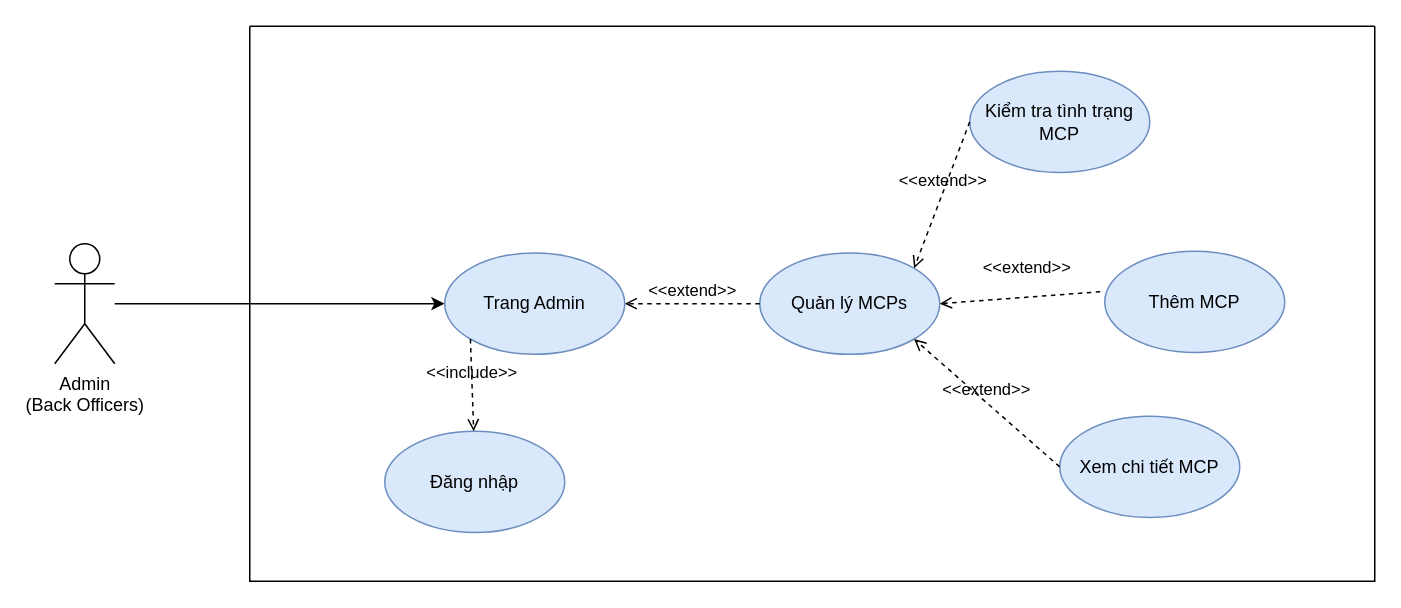
Above: Task 1/1.3/Manage-Vehicles-and-MCPs.drawio in astr0tas/SE-with-Da-Bois---UWC-2.0 (draw.io), before the change. Source tidied: cells renumbered, new cells numbered last; positions are measured from the earlier drawing's top-left corner, leaving out a move shared by most shapes. Both pictures are drawn from the tidied source at 150%, with x=0, y=0 at pixel (54, 26).
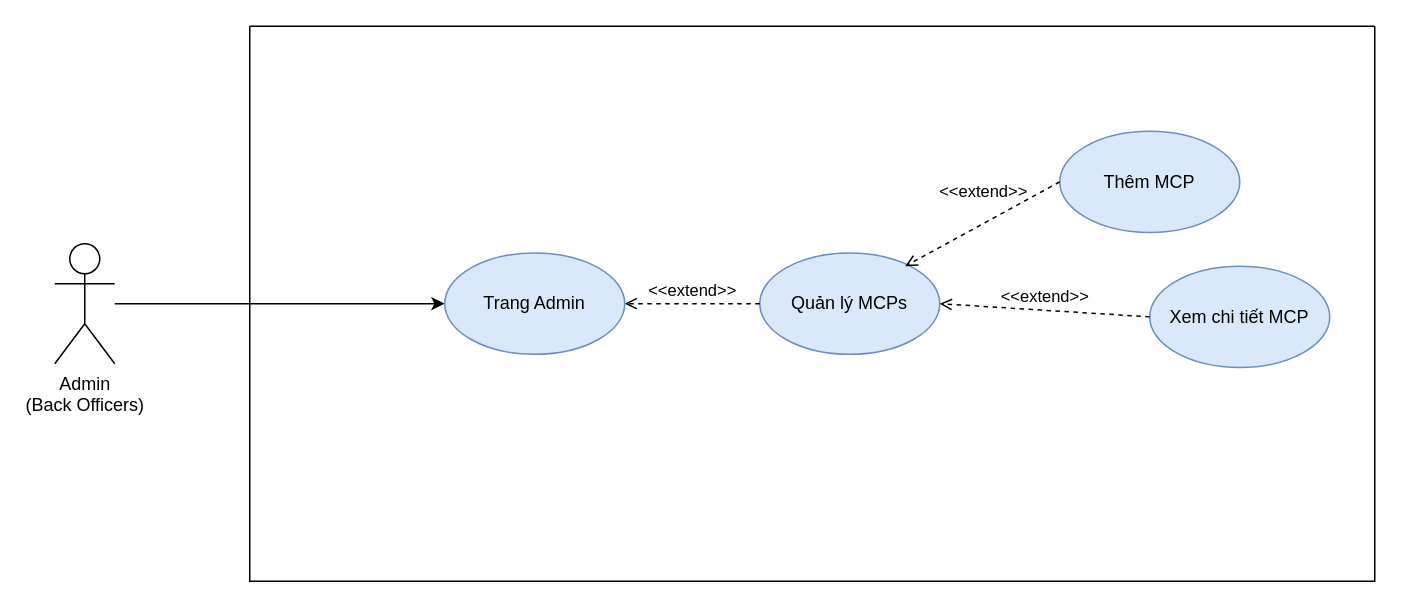
After the change.

What changed in the source:
```diff
@@
 <mxGraphModel>
   <root>
     <mxCell id="0" />
     <mxCell id="1" parent="0" />
     <mxCell id="2" style="edgeStyle=orthogonalEdgeStyle;rounded=0;jettySize=auto;html=1;entryX=0;entryY=0.5;entryDx=0;entryDy=0;" parent="1" edge="1" source="3" target="10">
       <mxGeometry relative="1" as="geometry" />
     </mxCell>
     <mxCell id="3" value="Admin&lt;br&gt;(Back Officers)" style="shape=umlActor;verticalLabelPosition=bottom;verticalAlign=top;html=1;" parent="1" vertex="1">
       <mxGeometry y="145" width="40" height="80" as="geometry" />
     </mxCell>
     <mxCell id="4" style="swimlane;startSize=0;" parent="1" vertex="1">
       <mxGeometry x="130" width="750" height="370" as="geometry" />
     </mxCell>
-    <mxCell id="5" value="Đăng nhập" style="ellipse;whiteSpace=wrap;html=1;fillColor=#dae8fc;strokeColor=#6c8ebf;" parent="4" vertex="1">
-      <mxGeometry x="90" y="270" width="120" height="67.5" as="geometry" />
-    </mxCell>
     <mxCell id="6" value="Quản lý MCPs" style="ellipse;whiteSpace=wrap;html=1;fillColor=#dae8fc;strokeColor=#6c8ebf;" parent="4" vertex="1">
       <mxGeometry x="340" y="151.2" width="120" height="67.5" as="geometry" />
     </mxCell>
-    <mxCell id="7" value="Kiểm tra tình trạng MCP" style="ellipse;whiteSpace=wrap;html=1;fillColor=#dae8fc;strokeColor=#6c8ebf;" parent="4" vertex="1">
-      <mxGeometry x="480" y="30" width="120" height="67.5" as="geometry" />
-    </mxCell>
     <mxCell id="8" value="&amp;lt;&amp;lt;extend&amp;gt;&amp;gt;" style="html=1;verticalAlign=bottom;labelBackgroundColor=none;endArrow=open;endFill=0;dashed=1;exitX=0;exitY=0.5;exitDx=0;exitDy=0;entryX=1;entryY=0.5;entryDx=0;entryDy=0;" parent="4" edge="1" source="6" target="10">
       <mxGeometry relative="1" as="geometry" />
     </mxCell>
-    <mxCell id="9" value="&amp;lt;&amp;lt;extend&amp;gt;&amp;gt;" style="html=1;verticalAlign=bottom;labelBackgroundColor=none;endArrow=open;endFill=0;dashed=1;exitX=0;exitY=0.5;exitDx=0;exitDy=0;entryX=1;entryY=0;entryDx=0;entryDy=0;" parent="4" edge="1" source="7" target="6">
-      <mxGeometry relative="1" as="geometry" />
-    </mxCell>
     <mxCell id="10" value="Trang Admin" style="ellipse;whiteSpace=wrap;html=1;fillColor=#dae8fc;strokeColor=#6c8ebf;" parent="4" vertex="1">
       <mxGeometry x="130" y="151.2" width="120" height="67.5" as="geometry" />
     </mxCell>
-    <mxCell id="11" value="&amp;lt;&amp;lt;include&amp;gt;&amp;gt;" style="html=1;verticalAlign=bottom;labelBackgroundColor=none;endArrow=open;endFill=0;dashed=1;exitX=0;exitY=1;exitDx=0;exitDy=0;" parent="4" edge="1" source="10" target="5">
-      <mxGeometry relative="1" as="geometry" />
-    </mxCell>
     <mxCell id="12" value="Thêm MCP" style="ellipse;whiteSpace=wrap;html=1;fillColor=#dae8fc;strokeColor=#6c8ebf;" parent="4" vertex="1">
-      <mxGeometry x="570" y="150" width="120" height="67.5" as="geometry" />
+      <mxGeometry x="540" y="70" width="120" height="67.5" as="geometry" />
     </mxCell>
-    <mxCell id="13" value="&amp;lt;&amp;lt;extend&amp;gt;&amp;gt;" style="html=1;verticalAlign=bottom;labelBackgroundColor=none;endArrow=open;endFill=0;dashed=1;exitX=-0.025;exitY=0.4;exitDx=0;exitDy=0;entryX=1;entryY=0.5;entryDx=0;entryDy=0;exitPerimeter=0;" parent="4" edge="1" source="12" target="6">
+    <mxCell id="13" value="&amp;lt;&amp;lt;extend&amp;gt;&amp;gt;" style="html=1;verticalAlign=bottom;labelBackgroundColor=none;endArrow=open;endFill=0;dashed=1;exitX=0;exitY=0.5;exitDx=0;exitDy=0;entryX=0.808;entryY=0.13;entryDx=0;entryDy=0;entryPerimeter=0;" parent="4" edge="1" source="12" target="6">
       <mxGeometry x="-0.11" y="-11" relative="1" as="geometry" />
     </mxCell>
     <mxCell id="14" value="Xem chi tiết MCP" style="ellipse;whiteSpace=wrap;html=1;fillColor=#dae8fc;strokeColor=#6c8ebf;" parent="4" vertex="1">
-      <mxGeometry x="540" y="260" width="120" height="67.5" as="geometry" />
+      <mxGeometry x="600" y="160" width="120" height="67.5" as="geometry" />
     </mxCell>
-    <mxCell id="15" value="&amp;lt;&amp;lt;extend&amp;gt;&amp;gt;" style="html=1;verticalAlign=bottom;labelBackgroundColor=none;endArrow=open;endFill=0;dashed=1;exitX=0;exitY=0.5;exitDx=0;exitDy=0;entryX=1;entryY=1;entryDx=0;entryDy=0;" parent="4" edge="1" source="14" target="6">
+    <mxCell id="15" value="&amp;lt;&amp;lt;extend&amp;gt;&amp;gt;" style="html=1;verticalAlign=bottom;labelBackgroundColor=none;endArrow=open;endFill=0;dashed=1;exitX=0;exitY=0.5;exitDx=0;exitDy=0;entryX=1;entryY=0.5;entryDx=0;entryDy=0;" parent="4" edge="1" source="14" target="6">
       <mxGeometry relative="1" as="geometry" />
     </mxCell>
   </root>
 </mxGraphModel>
```
